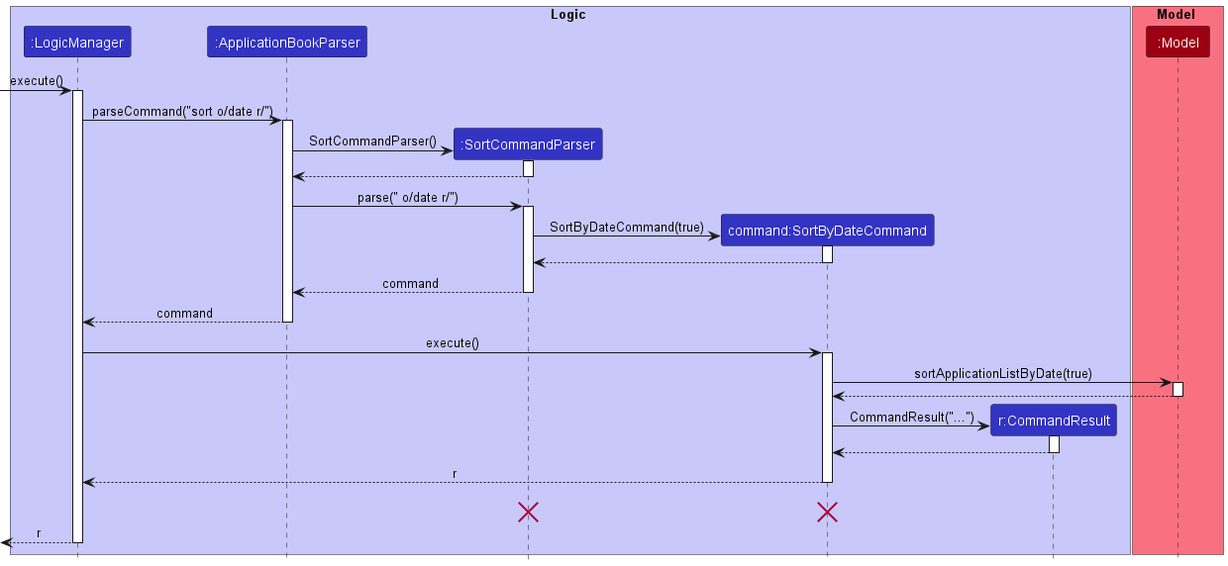
nus-cs2103-AY2223S1/tp keeps this PlantUML diagram as docs/images/SortSequenceDiagram.png. Above is the earlier version.
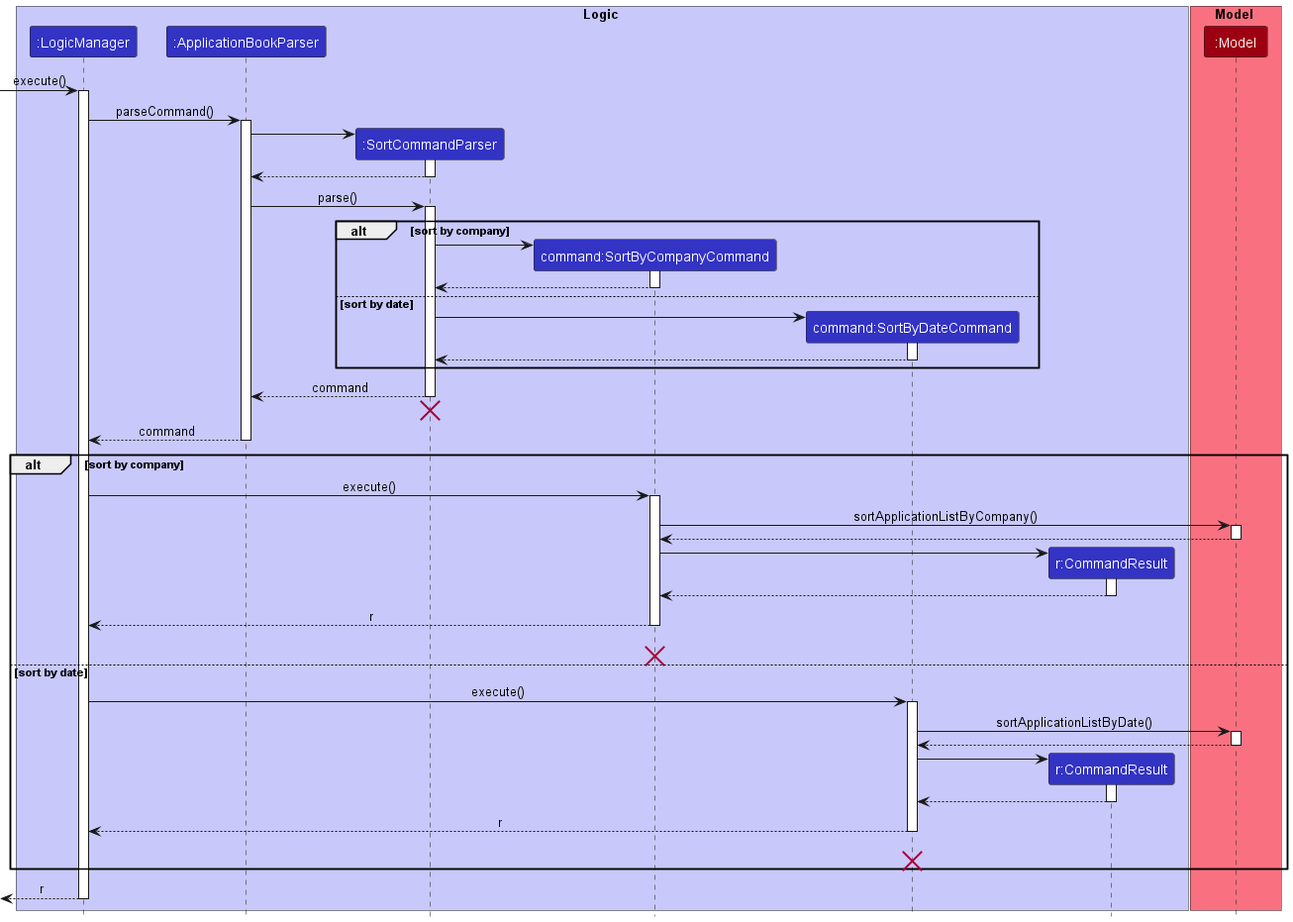
Later version of the same file.

Commit message:
Improve sort sequence diagram to show alt paths

Change to the diagram source:
```diff
@@ -5,6 +5,7 @@
 participant ":LogicManager" as LogicManager LOGIC_COLOR
 participant ":ApplicationBookParser" as ApplicationBookParser LOGIC_COLOR
 participant ":SortCommandParser" as SortCommandParser LOGIC_COLOR
+participant "command:SortByCompanyCommand" as SortByCompanyCommand LOGIC_COLOR
 participant "command:SortByDateCommand" as SortByDateCommand LOGIC_COLOR
 participant "r:CommandResult" as CommandResult LOGIC_COLOR
 end box
@@ -16,43 +17,82 @@
 [-> LogicManager : execute()
 activate LogicManager
 
-LogicManager -> ApplicationBookParser : parseCommand("sort o/date r/")
+LogicManager -> ApplicationBookParser : parseCommand()
 activate ApplicationBookParser
 
 create SortCommandParser
-ApplicationBookParser -> SortCommandParser : SortCommandParser()
+ApplicationBookParser -> SortCommandParser
 activate SortCommandParser
 
 SortCommandParser --> ApplicationBookParser
 deactivate SortCommandParser
 
-ApplicationBookParser -> SortCommandParser : parse(" o/date r/")
+ApplicationBookParser -> SortCommandParser : parse()
 activate SortCommandParser
 
-create SortByDateCommand
-SortCommandParser -> SortByDateCommand : SortByDateCommand(true)
-activate SortByDateCommand
+alt sort by company
 
-SortByDateCommand --> SortCommandParser
-deactivate SortByDateCommand
+    create SortByCompanyCommand
+    SortCommandParser -> SortByCompanyCommand
+    activate SortByCompanyCommand
+
+    SortByCompanyCommand --> SortCommandParser
+    deactivate SortByCompanyCommand
+
+else sort by date
+
+    create SortByDateCommand
+    SortCommandParser -> SortByDateCommand
+    activate SortByDateCommand
+
+    SortByDateCommand --> SortCommandParser
+    deactivate SortByDateCommand
+
+end
 
 SortCommandParser --> ApplicationBookParser : command
 deactivate
+SortCommandParser -[hidden]-> ApplicationBookParser
+destroy SortCommandParser
 
 ApplicationBookParser --> LogicManager : command
 deactivate ApplicationBookParser
 
+alt sort by company
+LogicManager -> SortByCompanyCommand : execute()
+activate SortByCompanyCommand
+
+SortByCompanyCommand -> Model : sortApplicationListByCompany()
+activate Model
+
+Model --> SortByCompanyCommand
+deactivate Model
+
+create CommandResult
+SortByCompanyCommand -> CommandResult
+activate CommandResult
+
+CommandResult --> SortByCompanyCommand
+deactivate CommandResult
+
+SortByCompanyCommand --> LogicManager : r
+deactivate SortByCompanyCommand
+SortByCompanyCommand -[hidden]-> LogicManager : r
+destroy SortByCompanyCommand
+
+else sort by date
+
 LogicManager -> SortByDateCommand : execute()
 activate SortByDateCommand
 
-SortByDateCommand -> Model : sortApplicationListByDate(true)
+SortByDateCommand -> Model : sortApplicationListByDate()
 activate Model
 
 Model --> SortByDateCommand
 deactivate Model
 
 create CommandResult
-SortByDateCommand -> CommandResult : CommandResult("...")
+SortByDateCommand -> CommandResult
 activate CommandResult
 
 CommandResult --> SortByDateCommand
@@ -62,7 +102,8 @@
 deactivate SortByDateCommand
 SortByDateCommand -[hidden]-> LogicManager : r
 destroy SortByDateCommand
-destroy SortCommandParser
+
+end
 
 [<--LogicManager : r
 deactivate LogicManager
```
